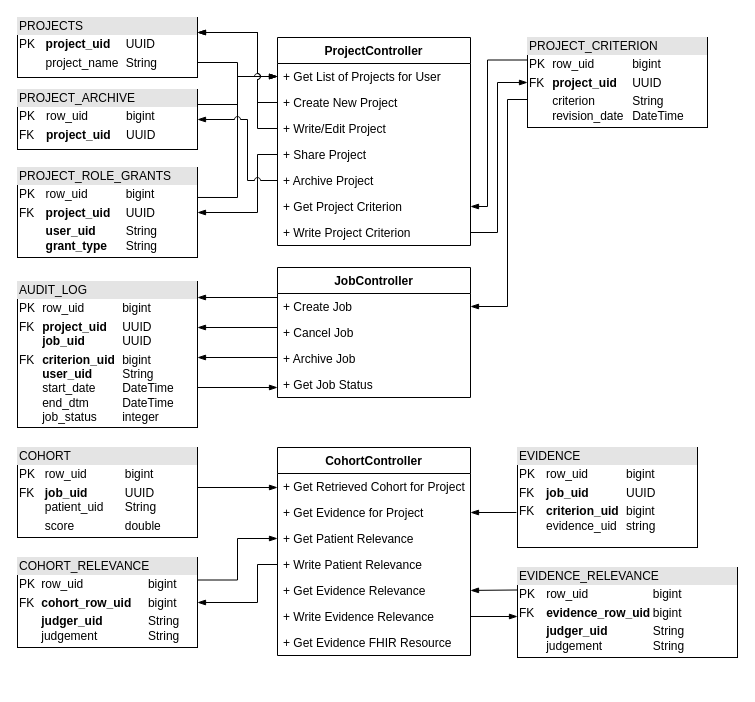
Earlier version of the draw.io diagram page "Middlware - Data Flow" (4 of 4) of cat-arch.drawio (OHNLP/impact-documentation). Source tidied: cells renumbered, new cells numbered last; positions are measured from the earlier drawing's top-left corner, leaving out a move shared by most shapes. Both pictures are drawn from the tidied source at 100%, with x=0, y=0 at pixel (17, 17).
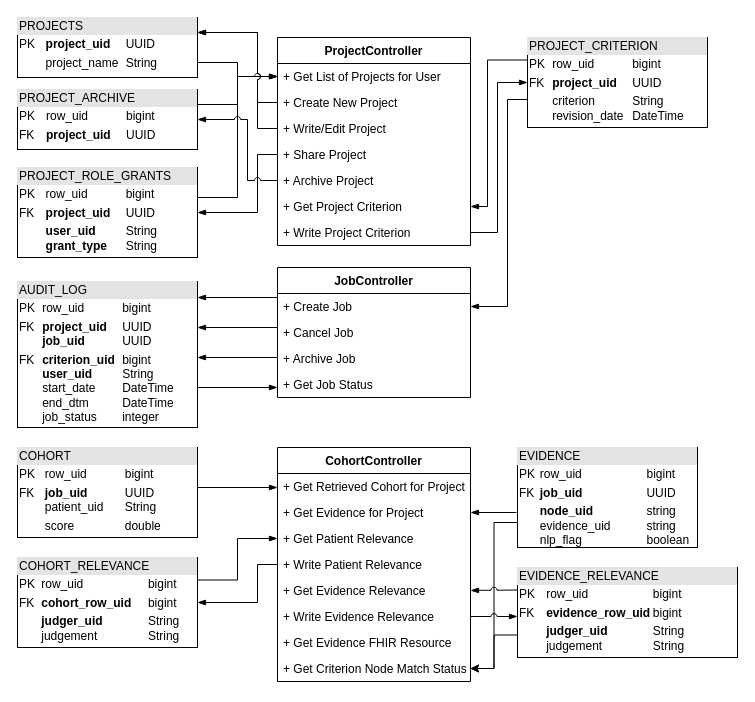
The same page after the edit.

Commit message (it also covers changes not shown here):
Additional details relating to evidence and criteria management

Unchanged cells that the change refers to:
```xml
<mxCell id="49" value="&lt;div style=&quot;box-sizing:border-box;width:100%;background:#e4e4e4;padding:2px;&quot;&gt;EVIDENCE_RELEVANCE&lt;/div&gt;&lt;table style=&quot;width:100%;font-size:1em;&quot; cellpadding=&quot;2&quot; cellspacing=&quot;0&quot;&gt;&lt;tbody&gt;&lt;tr&gt;&lt;td&gt;PK&lt;/td&gt;&lt;td&gt;row_uid&lt;span style=&quot;white-space: pre;&quot;&gt;&#9;&lt;/span&gt;&lt;span style=&quot;white-space: pre;&quot;&gt;&#9;&lt;span style=&quot;white-space: pre;&quot;&gt;&#9;&lt;/span&gt;&lt;/span&gt;bigint&lt;/td&gt;&lt;/tr&gt;&lt;tr&gt;&lt;td&gt;FK&lt;br&gt;&lt;/td&gt;&lt;td&gt;&lt;b&gt;evidence_row_uid&lt;span style=&quot;white-space: pre;&quot;&gt;&#9;&lt;/span&gt;&lt;/b&gt;bigint&lt;/td&gt;&lt;/tr&gt;&lt;tr&gt;&lt;td&gt;&lt;br&gt;&lt;/td&gt;&lt;td&gt;&lt;b&gt;judger_uid&lt;span style=&quot;white-space: pre;&quot;&gt;&#9;&lt;span style=&quot;white-space: pre;&quot;&gt;&#9;&lt;/span&gt;&lt;/span&gt;&lt;/b&gt;String&lt;br&gt;judgement&lt;span style=&quot;white-space: pre;&quot;&gt;&#9;&lt;span style=&quot;white-space: pre;&quot;&gt;&#9;&lt;/span&gt;&lt;/span&gt;String&lt;/td&gt;&lt;/tr&gt;&lt;/tbody&gt;&lt;/table&gt;" style="verticalAlign=top;align=left;overflow=fill;html=1;fontColor=#000000;" parent="1" vertex="1">
  <mxGeometry x="500" y="550" width="220" height="90" as="geometry" />
</mxCell>
```

Change to the diagram source:
```diff
@@
     <mxCell id="34" value="CohortController" style="swimlane;fontStyle=1;align=center;verticalAlign=top;horizontal=1;startSize=26;fontColor=#000000;" parent="1" vertex="1">
-      <mxGeometry x="260" y="430" width="193" height="208" as="geometry" />
+      <mxGeometry x="260" y="430" width="193" height="234" as="geometry" />
     </mxCell>
@@
+    <mxCell id="52" value="+ Get Criterion Node Match Status " style="text;strokeColor=none;fillColor=none;align=left;verticalAlign=top;spacingLeft=4;spacingRight=4;overflow=hidden;points=[[0,0.5],[1,0.5]];portConstraint=eastwest;fontColor=#000000;" parent="34" vertex="1">
+      <mxGeometry y="208" width="193" height="26" as="geometry" />
+    </mxCell>
@@
+    <mxCell id="53" style="edgeStyle=orthogonalEdgeStyle;rounded=0;jettySize=auto;html=1;entryX=1;entryY=0.5;entryDx=0;entryDy=0;exitX=0;exitY=0.75;exitDx=0;exitDy=0;" parent="1" edge="1" source="45" target="52">
+      <mxGeometry relative="1" as="geometry" />
+    </mxCell>
-    <mxCell id="45" value="&lt;div style=&quot;box-sizing:border-box;width:100%;background:#e4e4e4;padding:2px;&quot;&gt;EVIDENCE&lt;/div&gt;&lt;table style=&quot;width:100%;font-size:1em;&quot; cellpadding=&quot;2&quot; cellspacing=&quot;0&quot;&gt;&lt;tbody&gt;&lt;tr&gt;&lt;td&gt;PK&lt;/td&gt;&lt;td&gt;row_uid&lt;span style=&quot;white-space: pre;&quot;&gt;&#9;&lt;/span&gt;&lt;span style=&quot;white-space: pre;&quot;&gt;&#9;&lt;/span&gt;bigint&lt;/td&gt;&lt;/tr&gt;&lt;tr&gt;&lt;td&gt;FK&lt;br&gt;&lt;/td&gt;&lt;td&gt;&lt;b&gt;job_uid&lt;/b&gt;&lt;span style=&quot;font-weight: bold; white-space: pre;&quot;&gt;&#9;&lt;/span&gt;&lt;span style=&quot;font-weight: bold; white-space: pre;&quot;&gt;&#9;&lt;/span&gt;UUID&lt;/td&gt;&lt;/tr&gt;&lt;tr&gt;&lt;td&gt;FK&lt;br&gt;&lt;br&gt;&lt;/td&gt;&lt;td&gt;&lt;b&gt;criterion_uid&lt;span style=&quot;white-space: pre;&quot;&gt;&#9;&lt;/span&gt;&lt;/b&gt;bigint&lt;br&gt;evidence_uid&lt;span style=&quot;white-space: pre;&quot;&gt;&#9;&lt;/span&gt;string&lt;/td&gt;&lt;/tr&gt;&lt;/tbody&gt;&lt;/table&gt;" style="verticalAlign=top;align=left;overflow=fill;html=1;fontColor=#000000;" parent="1" vertex="1">
+    <mxCell id="45" value="&lt;div style=&quot;box-sizing:border-box;width:100%;background:#e4e4e4;padding:2px;&quot;&gt;EVIDENCE&lt;/div&gt;&lt;table style=&quot;width:100%;font-size:1em;&quot; cellpadding=&quot;2&quot; cellspacing=&quot;0&quot;&gt;&lt;tbody&gt;&lt;tr&gt;&lt;td&gt;PK&lt;/td&gt;&lt;td&gt;row_uid&lt;span style=&quot;white-space: pre;&quot;&gt;&#9;&lt;/span&gt;&lt;span style=&quot;white-space: pre;&quot;&gt;&#9;&lt;span style=&quot;white-space: pre;&quot;&gt;&#9;&lt;/span&gt;&lt;/span&gt;bigint&lt;/td&gt;&lt;/tr&gt;&lt;tr&gt;&lt;td&gt;FK&lt;br&gt;&lt;/td&gt;&lt;td&gt;&lt;b&gt;job_uid&lt;/b&gt;&lt;span style=&quot;font-weight: bold; white-space: pre;&quot;&gt;&#9;&lt;span style=&quot;white-space: pre;&quot;&gt;&#9;&lt;/span&gt;&lt;/span&gt;&lt;span style=&quot;font-weight: bold; white-space: pre;&quot;&gt;&#9;&lt;/span&gt;UUID&lt;/td&gt;&lt;/tr&gt;&lt;tr&gt;&lt;td&gt;&lt;br&gt;&lt;br&gt;&lt;/td&gt;&lt;td&gt;&lt;b&gt;node_uid&lt;span style=&quot;white-space: pre;&quot;&gt;&#9;&lt;span style=&quot;white-space: pre;&quot;&gt;&#9;&lt;/span&gt;&lt;/span&gt;&lt;/b&gt;string&lt;br&gt;evidence_uid&lt;span style=&quot;white-space: pre;&quot;&gt;&#9;&lt;span style=&quot;white-space: pre;&quot;&gt;&#9;&lt;/span&gt;&lt;/span&gt;string&lt;br&gt;nlp_flag&lt;span style=&quot;white-space: pre;&quot;&gt;&#9;&lt;/span&gt;&lt;span style=&quot;white-space: pre;&quot;&gt;&#9;&lt;/span&gt;&lt;span style=&quot;white-space: pre;&quot;&gt;&#9;&lt;/span&gt;boolean&lt;/td&gt;&lt;/tr&gt;&lt;/tbody&gt;&lt;/table&gt;" style="verticalAlign=top;align=left;overflow=fill;html=1;fontColor=#000000;" parent="1" vertex="1">
       <mxGeometry x="500" y="430" width="180" height="100" as="geometry" />
     </mxCell>
@@
+    <mxCell id="54" style="edgeStyle=orthogonalEdgeStyle;rounded=0;jettySize=auto;html=1;exitX=0;exitY=0.75;exitDx=0;exitDy=0;entryX=1;entryY=0.5;entryDx=0;entryDy=0;" parent="1" edge="1" source="49" target="52">
+      <mxGeometry relative="1" as="geometry" />
+    </mxCell>
```
